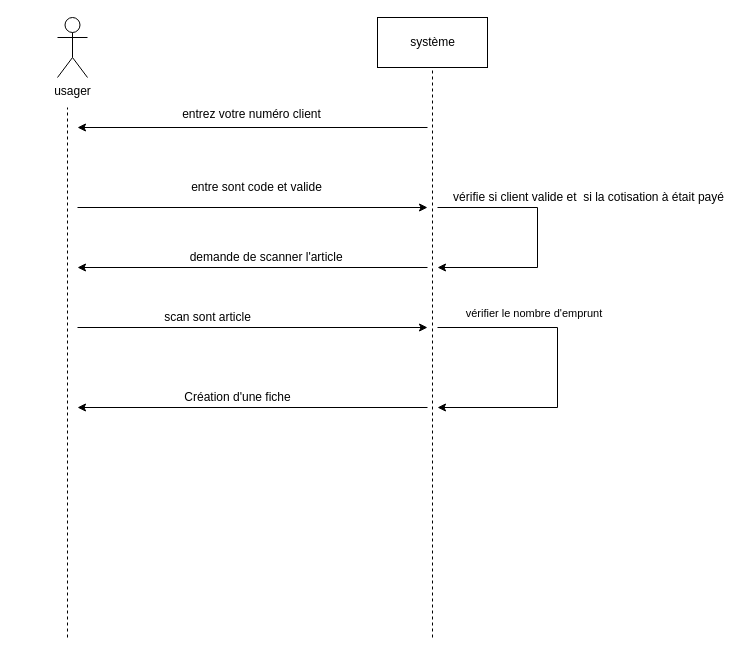
Earlier version of the draw.io diagram maquetter_une_application/UML_Partie_1/phase_2/Diagram_séquene_systeme.drawio (Rustam0-0/cda). Source tidied: cells renumbered, new cells numbered last; positions are measured from the earlier drawing's top-left corner, leaving out a move shared by most shapes. Both pictures are drawn from the tidied source at 100%, with x=0, y=0 at pixel (57, 17).
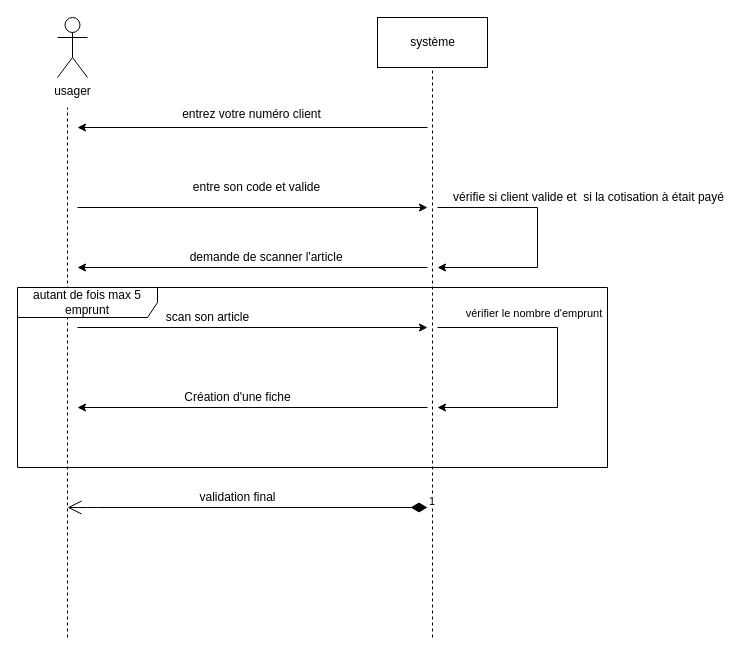
Above is the later version.

Commit message:
mise à jour exo

The edit, as a diff of the source:
```diff
@@
-    <mxCell id="9" value="entre sont code et valide" style="text;html=1;align=center;verticalAlign=middle;strokeColor=none;fillColor=none;" parent="1" vertex="1">
-      <mxGeometry x="124" y="160" width="150" height="20" as="geometry" />
+    <mxCell id="9" value="entre son code et valide" style="text;html=1;align=center;verticalAlign=middle;strokeColor=none;fillColor=none;" parent="1" vertex="1">
+      <mxGeometry x="129" y="160" width="140" height="20" as="geometry" />
     </mxCell>
@@
-    <mxCell id="13" value="scan sont article" style="text;html=1;align=center;verticalAlign=middle;strokeColor=none;fillColor=none;" parent="1" vertex="1">
+    <mxCell id="13" value="scan son article" style="text;html=1;align=center;verticalAlign=middle;strokeColor=none;fillColor=none;" parent="1" vertex="1">
       <mxGeometry x="100" y="290" width="100" height="20" as="geometry" />
     </mxCell>
@@
+    <mxCell id="20" value="autant de fois max 5 emprunt" style="shape=umlFrame;whiteSpace=wrap;html=1;width=140;height=30;" parent="1" vertex="1">
+      <mxGeometry x="-40" y="270" width="590" height="180" as="geometry" />
+    </mxCell>
+    <mxCell id="21" value="1" style="endArrow=open;html=1;endSize=12;startArrow=diamondThin;startSize=14;startFill=1;edgeStyle=orthogonalEdgeStyle;align=left;verticalAlign=bottom;" parent="1" edge="1">
+      <mxGeometry x="-1" y="3" relative="1" as="geometry">
+        <mxPoint x="370" y="490" as="sourcePoint" />
+        <mxPoint x="10" y="490" as="targetPoint" />
+        <Array as="points">
+          <mxPoint x="30" y="490" />
+          <mxPoint x="30" y="490" />
+        </Array>
+      </mxGeometry>
+    </mxCell>
+    <mxCell id="22" value="validation final" style="text;html=1;align=center;verticalAlign=middle;strokeColor=none;" parent="1" vertex="1">
+      <mxGeometry x="135" y="470" width="90" height="20" as="geometry" />
+    </mxCell>
```
